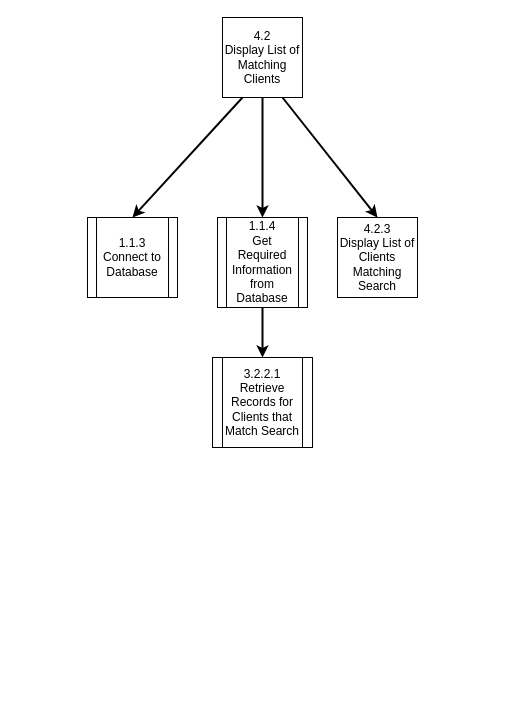
The draw.io diagram page "4.2: Display List of Matching Clients" (2 of 4) of Diagrams/StructureCharts/Proc4UpdateClient.drawio in Harlento/SchedulingSystem, before the edit. Source tidied: cells renumbered, new cells numbered last; positions are measured from the earlier drawing's top-left corner, leaving out a move shared by most shapes. Both pictures are drawn from the tidied source at 100%, with x=0, y=0 at pixel (87, 17).
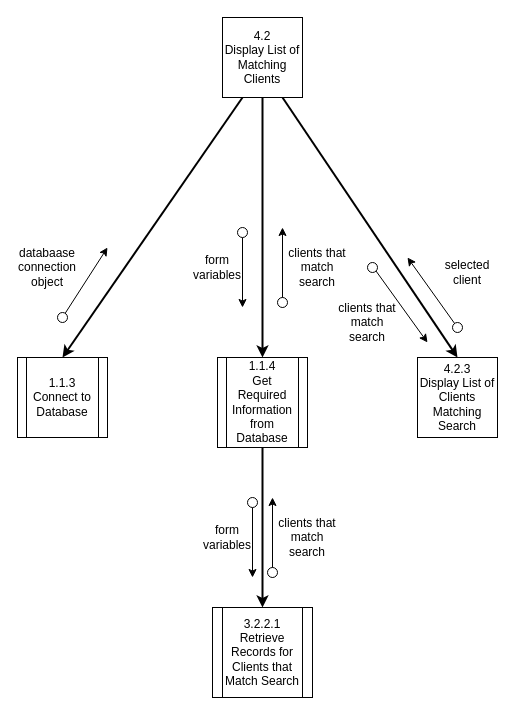
The same diagram, later.

Diff of the diagram source:
```diff
@@
     <mxCell id="3" value="4.2.3&lt;br&gt;Display List of Clients Matching Search" style="whiteSpace=wrap;html=1;" parent="1" vertex="1">
-      <mxGeometry x="250" y="200" width="80" height="80" as="geometry" />
+      <mxGeometry x="330" y="340" width="80" height="80" as="geometry" />
     </mxCell>
@@
     <mxCell id="7" value="3.2.2.1&lt;br&gt;Retrieve Records for Clients that Match Search" style="shape=process;whiteSpace=wrap;html=1;backgroundOutline=1;" parent="1" vertex="1">
-      <mxGeometry x="125" y="340" width="100" height="90" as="geometry" />
+      <mxGeometry x="125" y="590" width="100" height="90" as="geometry" />
     </mxCell>
@@
     <mxCell id="9" value="1.1.4&lt;br&gt;Get Required Information from Database" style="shape=process;whiteSpace=wrap;html=1;backgroundOutline=1;" parent="1" vertex="1">
-      <mxGeometry x="130" y="200" width="90" height="90" as="geometry" />
+      <mxGeometry x="130" y="340" width="90" height="90" as="geometry" />
     </mxCell>
     <mxCell id="10" value="1.1.3&lt;br&gt;Connect to Database" style="shape=process;whiteSpace=wrap;html=1;backgroundOutline=1;" parent="1" vertex="1">
-      <mxGeometry y="200" width="90" height="80" as="geometry" />
+      <mxGeometry x="-70" y="340" width="90" height="80" as="geometry" />
     </mxCell>
+    <mxCell id="11" style="endArrow=classic;html=1;" parent="1" edge="1" source="12">
+      <mxGeometry relative="1" as="geometry">
+        <mxPoint x="20" y="230" as="targetPoint" />
+      </mxGeometry>
+    </mxCell>
+    <mxCell id="12" style="ellipse;whiteSpace=wrap;html=1;fillColor=#FFFFFF;" parent="1" vertex="1">
+      <mxGeometry x="-30" y="295" width="10" height="10" as="geometry" />
+    </mxCell>
+    <mxCell id="13" value="databaase connection object" style="text;html=1;strokeColor=none;fillColor=none;align=center;verticalAlign=middle;whiteSpace=wrap;rounded=0;" parent="1" vertex="1">
+      <mxGeometry x="-70" y="240" width="60" height="20" as="geometry" />
+    </mxCell>
+    <mxCell id="14" value="form variables" style="text;html=1;strokeColor=none;fillColor=none;align=center;verticalAlign=middle;whiteSpace=wrap;rounded=0;" parent="1" vertex="1">
+      <mxGeometry x="100" y="240" width="60" height="20" as="geometry" />
+    </mxCell>
+    <mxCell id="15" style="endArrow=classic;html=1;exitX=0.5;exitY=1;exitDx=0;exitDy=0;" parent="1" edge="1" source="16">
+      <mxGeometry relative="1" as="geometry">
+        <mxPoint x="155" y="290" as="targetPoint" />
+      </mxGeometry>
+    </mxCell>
+    <mxCell id="16" style="ellipse;whiteSpace=wrap;html=1;fillColor=#FFFFFF;" parent="1" vertex="1">
+      <mxGeometry x="150" y="210" width="10" height="10" as="geometry" />
+    </mxCell>
+    <mxCell id="17" value="form variables" style="text;html=1;strokeColor=none;fillColor=none;align=center;verticalAlign=middle;whiteSpace=wrap;rounded=0;" parent="1" vertex="1">
+      <mxGeometry x="110" y="510" width="60" height="20" as="geometry" />
+    </mxCell>
+    <mxCell id="18" style="endArrow=classic;html=1;exitX=0.5;exitY=1;exitDx=0;exitDy=0;" parent="1" edge="1" source="19">
+      <mxGeometry relative="1" as="geometry">
+        <mxPoint x="165" y="560" as="targetPoint" />
+      </mxGeometry>
+    </mxCell>
+    <mxCell id="19" style="ellipse;whiteSpace=wrap;html=1;fillColor=#FFFFFF;" parent="1" vertex="1">
+      <mxGeometry x="160" y="480" width="10" height="10" as="geometry" />
+    </mxCell>
+    <mxCell id="20" value="clients that match search" style="text;html=1;strokeColor=none;fillColor=none;align=center;verticalAlign=middle;whiteSpace=wrap;rounded=0;" parent="1" vertex="1">
+      <mxGeometry x="190" y="510" width="60" height="20" as="geometry" />
+    </mxCell>
+    <mxCell id="21" style="endArrow=classic;html=1;exitX=0.5;exitY=1;exitDx=0;exitDy=0;" parent="1" edge="1" source="22">
+      <mxGeometry relative="1" as="geometry">
+        <mxPoint x="185" y="480" as="targetPoint" />
+      </mxGeometry>
+    </mxCell>
+    <mxCell id="22" style="ellipse;whiteSpace=wrap;html=1;fillColor=#FFFFFF;" parent="1" vertex="1">
+      <mxGeometry x="180" y="550" width="10" height="10" as="geometry" />
+    </mxCell>
+    <mxCell id="23" style="endArrow=classic;html=1;exitX=0.5;exitY=1;exitDx=0;exitDy=0;" parent="1" edge="1" source="24">
+      <mxGeometry relative="1" as="geometry">
+        <mxPoint x="195" y="210" as="targetPoint" />
+      </mxGeometry>
+    </mxCell>
+    <mxCell id="24" style="ellipse;whiteSpace=wrap;html=1;fillColor=#FFFFFF;" parent="1" vertex="1">
+      <mxGeometry x="190" y="280" width="10" height="10" as="geometry" />
+    </mxCell>
+    <mxCell id="25" value="clients that match search" style="text;html=1;strokeColor=none;fillColor=none;align=center;verticalAlign=middle;whiteSpace=wrap;rounded=0;" parent="1" vertex="1">
+      <mxGeometry x="200" y="240" width="60" height="20" as="geometry" />
+    </mxCell>
+    <mxCell id="26" style="endArrow=classic;html=1;exitX=1;exitY=1;exitDx=0;exitDy=0;" parent="1" edge="1" source="27">
+      <mxGeometry relative="1" as="geometry">
+        <mxPoint x="340" y="325" as="targetPoint" />
+      </mxGeometry>
+    </mxCell>
+    <mxCell id="27" style="ellipse;whiteSpace=wrap;html=1;fillColor=#FFFFFF;" parent="1" vertex="1">
+      <mxGeometry x="280" y="245" width="10" height="10" as="geometry" />
+    </mxCell>
+    <mxCell id="28" value="clients that match search" style="text;html=1;strokeColor=none;fillColor=none;align=center;verticalAlign=middle;whiteSpace=wrap;rounded=0;" parent="1" vertex="1">
+      <mxGeometry x="250" y="295" width="60" height="20" as="geometry" />
+    </mxCell>
+    <mxCell id="29" style="endArrow=classic;html=1;" parent="1" edge="1" source="30">
+      <mxGeometry relative="1" as="geometry">
+        <mxPoint x="320" y="240" as="targetPoint" />
+      </mxGeometry>
+    </mxCell>
+    <mxCell id="30" style="ellipse;whiteSpace=wrap;html=1;fillColor=#FFFFFF;" parent="1" vertex="1">
+      <mxGeometry x="365" y="305" width="10" height="10" as="geometry" />
+    </mxCell>
+    <mxCell id="31" value="selected client" style="text;html=1;strokeColor=none;fillColor=none;align=center;verticalAlign=middle;whiteSpace=wrap;rounded=0;" parent="1" vertex="1">
+      <mxGeometry x="350" y="245" width="60" height="20" as="geometry" />
+    </mxCell>
```
